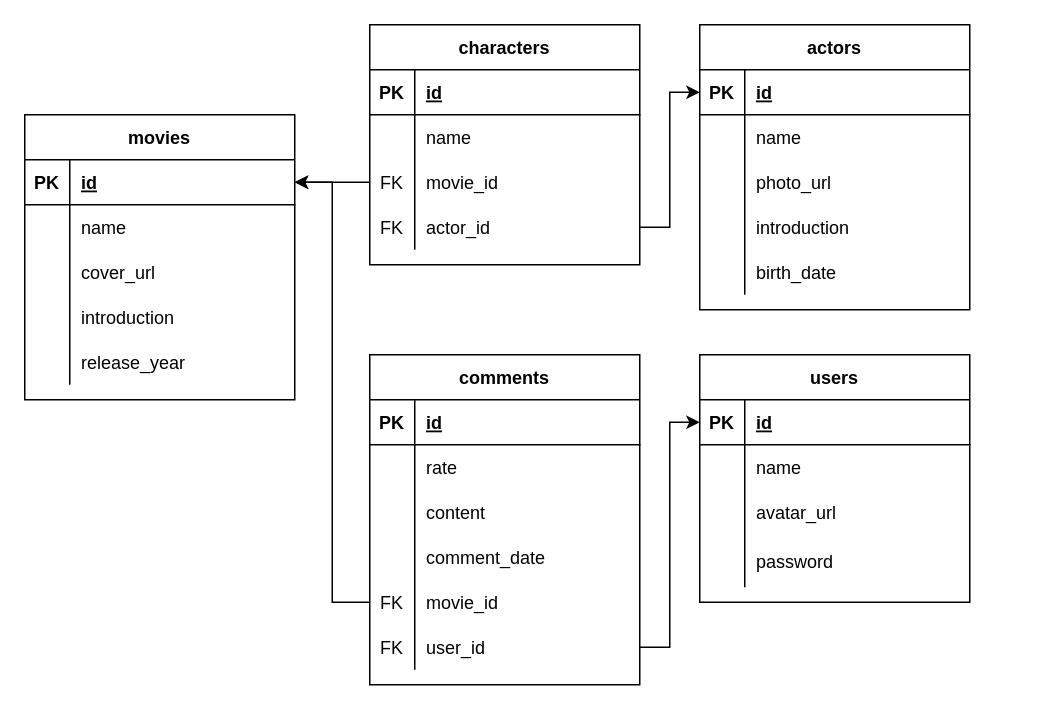
Earlier version of the draw.io diagram graphs/er.drawio (SE-starshippilot/rotten-potatoes-formal). Source tidied: cells renumbered, new cells numbered last; positions are measured from the earlier drawing's top-left corner, leaving out a move shared by most shapes. Both pictures are drawn from the tidied source at 150%, with x=0, y=0 at pixel (24, 24).
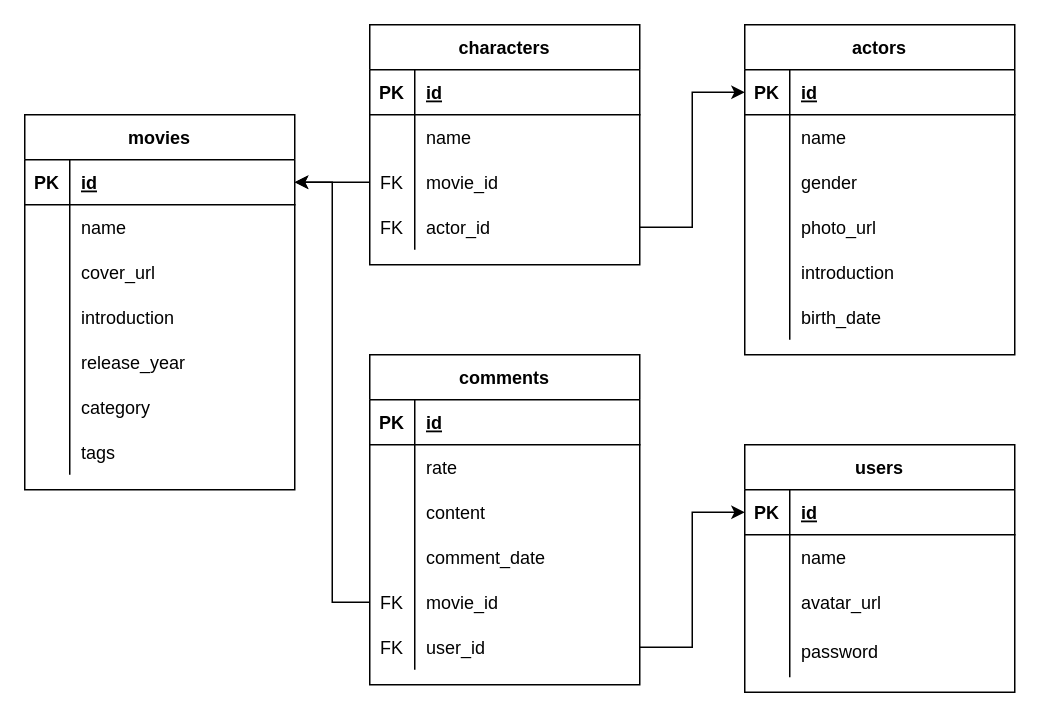
Above is the later version.

Diff of the diagram source:
```diff
@@
     <mxCell id="2" value="actors" style="shape=table;startSize=30;childLayout=tableLayout;rowLines=0;fontStyle=1;align=center;" parent="1" vertex="1">
-      <mxGeometry x="450" width="180" height="190" as="geometry" />
+      <mxGeometry x="480" width="180" height="220" as="geometry" />
     </mxCell>
@@
+    <mxCell id="83" style="shape=partialRectangle;fillColor=none;top=0;left=0;bottom=0;right=0;" parent="2" vertex="1">
+      <mxGeometry y="90" width="180" height="30" as="geometry" />
+    </mxCell>
+    <mxCell id="84" style="shape=partialRectangle;fillColor=none;top=0;left=0;bottom=0;right=0;overflow=hidden;" parent="83" vertex="1">
+      <mxGeometry width="30" height="30" as="geometry" />
+    </mxCell>
+    <mxCell id="85" value="gender" style="shape=partialRectangle;fillColor=none;top=0;left=0;bottom=0;right=0;align=left;spacingLeft=6;overflow=hidden;" parent="83" vertex="1">
+      <mxGeometry x="30" width="150" height="30" as="geometry" />
+    </mxCell>
     <mxCell id="9" style="shape=partialRectangle;fillColor=none;top=0;left=0;bottom=0;right=0;" parent="2" vertex="1">
-      <mxGeometry y="90" width="180" height="30" as="geometry" />
+      <mxGeometry y="120" width="180" height="30" as="geometry" />
     </mxCell>
@@
     <mxCell id="12" style="shape=partialRectangle;fillColor=none;top=0;left=0;bottom=0;right=0;" parent="2" vertex="1">
-      <mxGeometry y="120" width="180" height="30" as="geometry" />
+      <mxGeometry y="150" width="180" height="30" as="geometry" />
     </mxCell>
@@
     <mxCell id="15" style="shape=partialRectangle;fillColor=none;top=0;left=0;bottom=0;right=0;" parent="2" vertex="1">
-      <mxGeometry y="150" width="180" height="30" as="geometry" />
+      <mxGeometry y="180" width="180" height="30" as="geometry" />
     </mxCell>
@@
     <mxCell id="35" value="users" style="shape=table;startSize=30;childLayout=tableLayout;rowLines=0;fontStyle=1;align=center;" parent="1" vertex="1">
-      <mxGeometry x="450" y="220" width="180" height="165" as="geometry" />
+      <mxGeometry x="480" y="280" width="180" height="165" as="geometry" />
     </mxCell>
@@
     <mxCell id="67" value="movies" style="shape=table;startSize=30;childLayout=tableLayout;rowLines=0;fontStyle=1;align=center;" parent="1" vertex="1">
-      <mxGeometry y="60" width="180" height="190" as="geometry" />
+      <mxGeometry y="60" width="180" height="250" as="geometry" />
     </mxCell>
@@
+    <mxCell id="86" style="shape=partialRectangle;fillColor=none;top=0;left=0;bottom=0;right=0;" parent="67" vertex="1">
+      <mxGeometry y="180" width="180" height="30" as="geometry" />
+    </mxCell>
+    <mxCell id="87" style="shape=partialRectangle;fillColor=none;top=0;left=0;bottom=0;right=0;overflow=hidden;" parent="86" vertex="1">
+      <mxGeometry width="30" height="30" as="geometry" />
+    </mxCell>
+    <mxCell id="88" value="category" style="shape=partialRectangle;fillColor=none;top=0;left=0;bottom=0;right=0;align=left;spacingLeft=6;overflow=hidden;" parent="86" vertex="1">
+      <mxGeometry x="30" width="150" height="30" as="geometry" />
+    </mxCell>
+    <mxCell id="89" style="shape=partialRectangle;fillColor=none;top=0;left=0;bottom=0;right=0;" parent="67" vertex="1">
+      <mxGeometry y="210" width="180" height="30" as="geometry" />
+    </mxCell>
+    <mxCell id="90" style="shape=partialRectangle;fillColor=none;top=0;left=0;bottom=0;right=0;overflow=hidden;" parent="89" vertex="1">
+      <mxGeometry width="30" height="30" as="geometry" />
+    </mxCell>
+    <mxCell id="91" value="tags" style="shape=partialRectangle;fillColor=none;top=0;left=0;bottom=0;right=0;align=left;spacingLeft=6;overflow=hidden;" parent="89" vertex="1">
+      <mxGeometry x="30" width="150" height="30" as="geometry" />
+    </mxCell>
```
